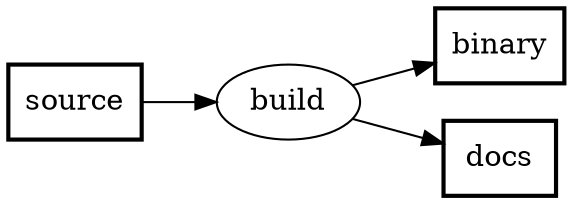
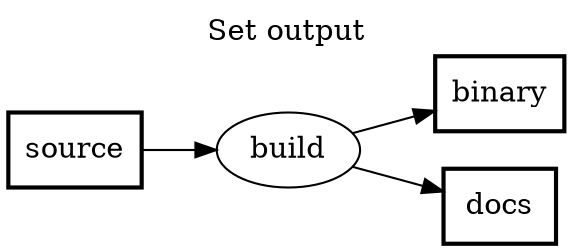
digraph PFDSL {
  rankdir=LR;
  newrank=true;
+   label="Set output";
+   labelloc="t";

  "binary" [shape=box, label="binary", penwidth="2"];
  "build" [shape=ellipse, label="build"];
  "docs" [shape=box, label="docs", penwidth="2"];
  "source" [shape=box, label="source", penwidth="2"];

  "source" -> "build";
  "build" -> "binary";
  "build" -> "docs";
}
